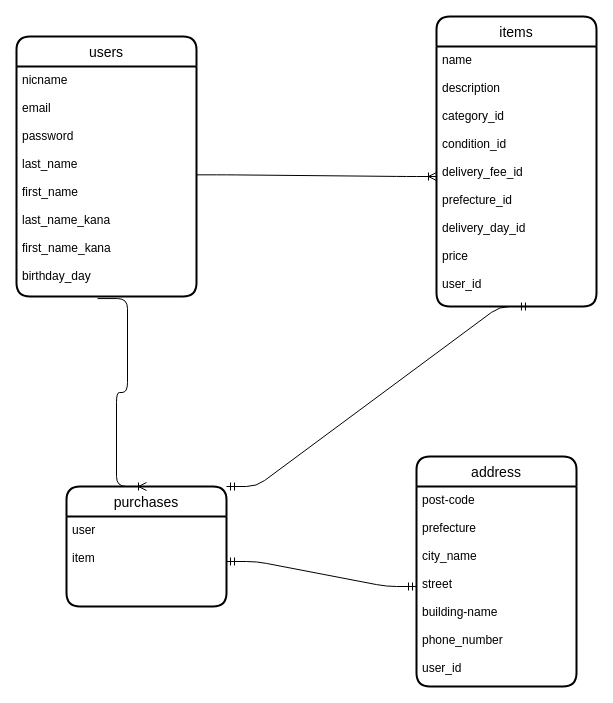
The draw.io diagram furima.dio in Hatabo-chan1328/furima-34724, before the edit. Source tidied: cells renumbered, new cells numbered last; positions are measured from the earlier drawing's top-left corner, leaving out a move shared by most shapes. Both pictures are drawn from the tidied source at 100%, with x=0, y=0 at pixel (16, 16).
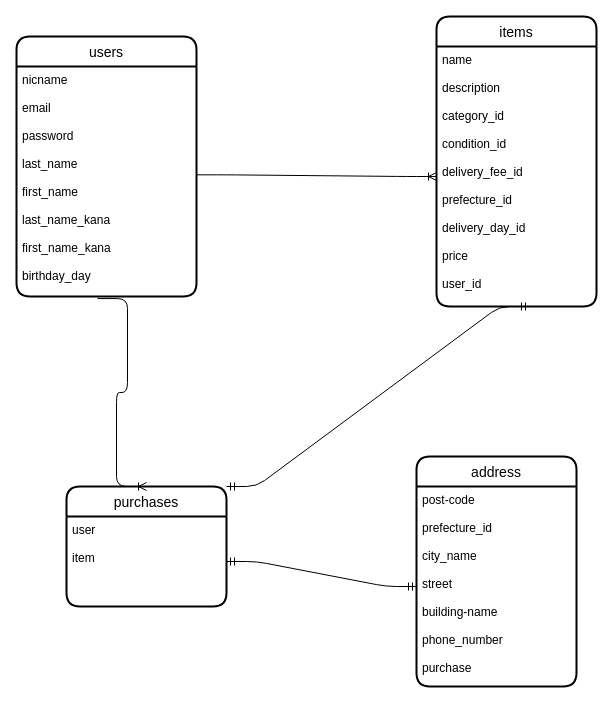
The same diagram, later.

What changed in the source:
```diff
@@
 <mxGraphModel>
   <root>
     <mxCell id="0" />
     <mxCell id="1" parent="0" />
     <mxCell id="2" value="users" style="swimlane;horizontal=1;startSize=30;rounded=1;fontSize=14;fontStyle=0;strokeWidth=2;shadow=0;dashed=0;align=center;" parent="1" vertex="1">
       <mxGeometry y="20" width="180" height="260" as="geometry" />
     </mxCell>
     <mxCell id="3" value="nicname&#10;&#10;email&#10;&#10;password&#10;&#10;last_name&#10;&#10;first_name&#10;&#10;last_name_kana&#10;&#10;first_name_kana&#10;&#10;birthday_day" style="align=left;strokeColor=none;fillColor=none;spacingLeft=4;fontSize=12;verticalAlign=top;" parent="2" vertex="1">
       <mxGeometry y="30" width="180" height="230" as="geometry" />
     </mxCell>
     <mxCell id="4" value="items" style="swimlane;horizontal=1;startSize=30;rounded=1;fontSize=14;fontStyle=0;strokeWidth=2;shadow=0;dashed=0;align=center;" parent="1" vertex="1">
       <mxGeometry x="420" width="160" height="290" as="geometry" />
     </mxCell>
     <mxCell id="5" value="name&#10;&#10;description&#10;&#10;category_id&#10;&#10;condition_id&#10;&#10;delivery_fee_id&#10;&#10;prefecture_id&#10;&#10;delivery_day_id&#10;&#10;price&#10;&#10;user_id" style="align=left;strokeColor=none;fillColor=none;spacingLeft=4;fontSize=12;verticalAlign=top;" parent="4" vertex="1">
       <mxGeometry y="30" width="160" height="260" as="geometry" />
     </mxCell>
     <mxCell id="6" style="edgeStyle=entityRelationEdgeStyle;fontSize=12;html=1;endArrow=ERoneToMany;entryX=0;entryY=0.5;entryDx=0;entryDy=0;exitX=1;exitY=0.471;exitDx=0;exitDy=0;exitPerimeter=0;" parent="1" edge="1" source="3" target="5">
       <mxGeometry relative="1" as="geometry" />
     </mxCell>
     <mxCell id="7" value="address" style="swimlane;horizontal=1;startSize=30;rounded=1;fontSize=14;fontStyle=0;strokeWidth=2;shadow=0;dashed=0;align=center;" parent="1" vertex="1">
       <mxGeometry x="400" y="440" width="160" height="230" as="geometry" />
     </mxCell>
-    <mxCell id="8" value="post-code&#10;&#10;prefecture&#10;&#10;city_name&#10;&#10;street&#10;&#10;building-name&#10;&#10;phone_number&#10;&#10;user_id" style="align=left;strokeColor=none;fillColor=none;spacingLeft=4;fontSize=12;verticalAlign=top;" parent="7" vertex="1">
+    <mxCell id="8" value="post-code&#10;&#10;prefecture_id&#10;&#10;city_name&#10;&#10;street&#10;&#10;building-name&#10;&#10;phone_number&#10;&#10;purchase" style="align=left;strokeColor=none;fillColor=none;spacingLeft=4;fontSize=12;verticalAlign=top;" parent="7" vertex="1">
       <mxGeometry y="30" width="160" height="200" as="geometry" />
     </mxCell>
     <mxCell id="9" value="purchases" style="swimlane;horizontal=1;startSize=30;rounded=1;fontSize=14;fontStyle=0;strokeWidth=2;shadow=0;dashed=0;align=center;" parent="1" vertex="1">
       <mxGeometry x="50" y="470" width="160" height="120" as="geometry" />
     </mxCell>
     <mxCell id="10" value="user&#10;&#10;item" style="align=left;strokeColor=none;fillColor=none;spacingLeft=4;fontSize=12;verticalAlign=top;" parent="9" vertex="1">
       <mxGeometry y="30" width="160" height="90" as="geometry" />
     </mxCell>
     <mxCell id="11" style="edgeStyle=entityRelationEdgeStyle;fontSize=12;html=1;endArrow=ERoneToMany;exitX=0.45;exitY=1.009;exitDx=0;exitDy=0;exitPerimeter=0;entryX=0.5;entryY=0;entryDx=0;entryDy=0;" parent="1" edge="1" source="3" target="9">
       <mxGeometry relative="1" as="geometry" />
     </mxCell>
     <mxCell id="12" style="edgeStyle=entityRelationEdgeStyle;fontSize=12;html=1;endArrow=ERmandOne;startArrow=ERmandOne;entryX=0.581;entryY=1;entryDx=0;entryDy=0;entryPerimeter=0;exitX=1;exitY=0;exitDx=0;exitDy=0;" parent="1" edge="1" source="9" target="5">
       <mxGeometry relative="1" as="geometry" />
     </mxCell>
     <mxCell id="13" style="edgeStyle=entityRelationEdgeStyle;fontSize=12;html=1;endArrow=ERmandOne;startArrow=ERmandOne;entryX=0;entryY=0.5;entryDx=0;entryDy=0;exitX=1;exitY=0.5;exitDx=0;exitDy=0;" parent="1" edge="1" source="10" target="8">
       <mxGeometry relative="1" as="geometry" />
     </mxCell>
   </root>
 </mxGraphModel>
```
